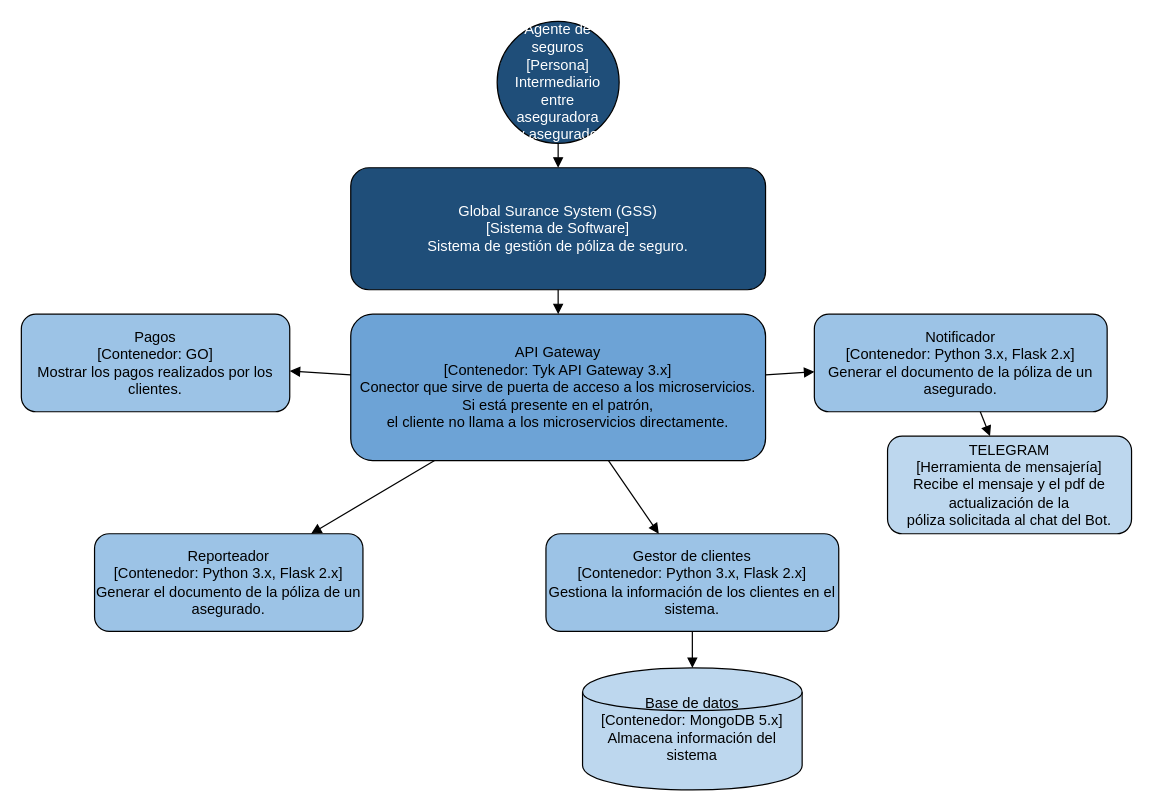
AngelJanvier01/docker-microservicios keeps this draw.io diagram as docs/elementos.drawio. Above is the earlier version. Source tidied: cells renumbered, new cells numbered last; positions are measured from the earlier drawing's top-left corner, leaving out a move shared by most shapes. Both pictures are drawn from the tidied source at 122%, with x=0, y=0 at pixel (21, 21).
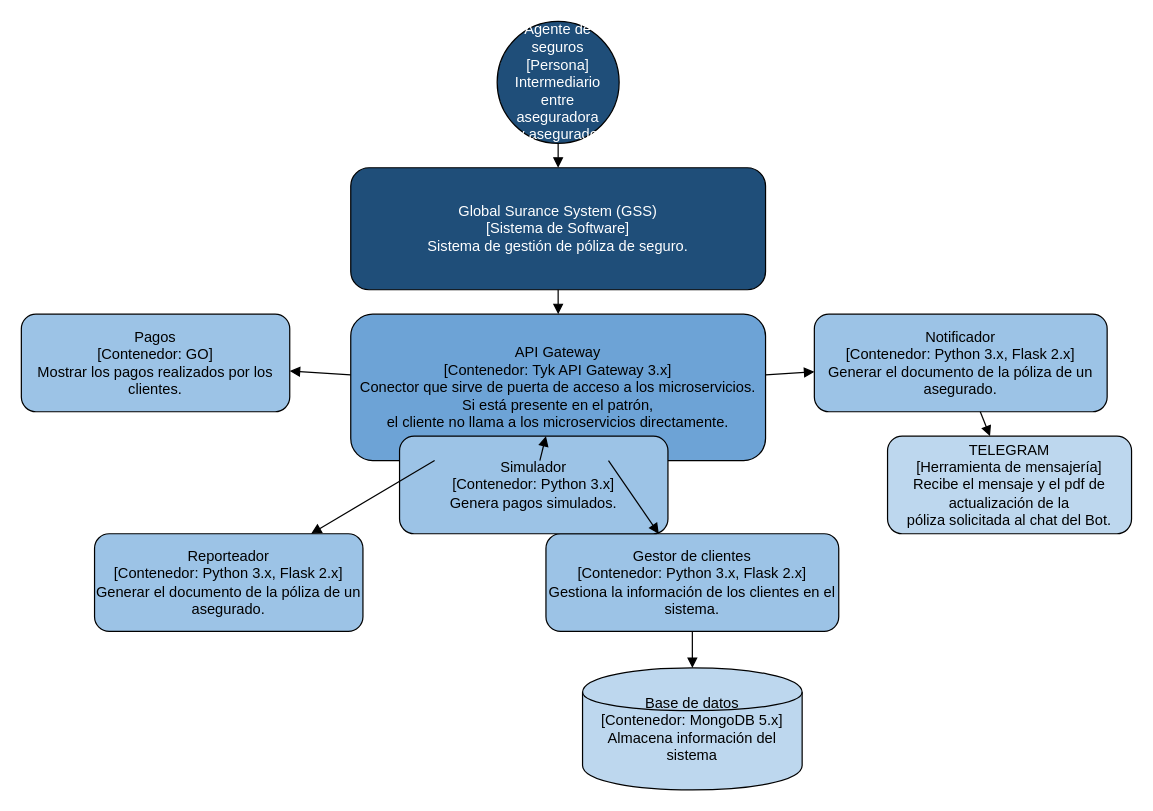
The same diagram, later.

Commit message (it also covers changes not shown here):
Add simulador service to diagrams

Unchanged cells that the change refers to:
```xml
<mxCell id="4" value="API Gateway&#10;[Contenedor: Tyk API Gateway 3.x]&#10;Conector que sirve de puerta de acceso a los microservicios. Si está presente en el patrón,&#10;el cliente no llama a los microservicios directamente." style="rounded=1;whiteSpace=wrap;html=1;fillColor=#6DA3D6;" parent="1" vertex="1">
  <mxGeometry x="270" y="240" width="340" height="120" as="geometry" />
</mxCell>
```

What changed in the source:
```diff
@@
+    <mxCell id="19" value="Simulador&#10;[Contenedor: Python 3.x]&#10;Genera pagos simulados." style="rounded=1;whiteSpace=wrap;html=1;fillColor=#9CC3E6;" parent="1" vertex="1">
+      <mxGeometry x="310" y="340" width="220" height="80" as="geometry" />
+    </mxCell>
@@
+    <mxCell id="20" style="endArrow=block;" parent="1" edge="1" source="4" target="19">
+      <mxGeometry relative="1" as="geometry" />
+    </mxCell>
```
